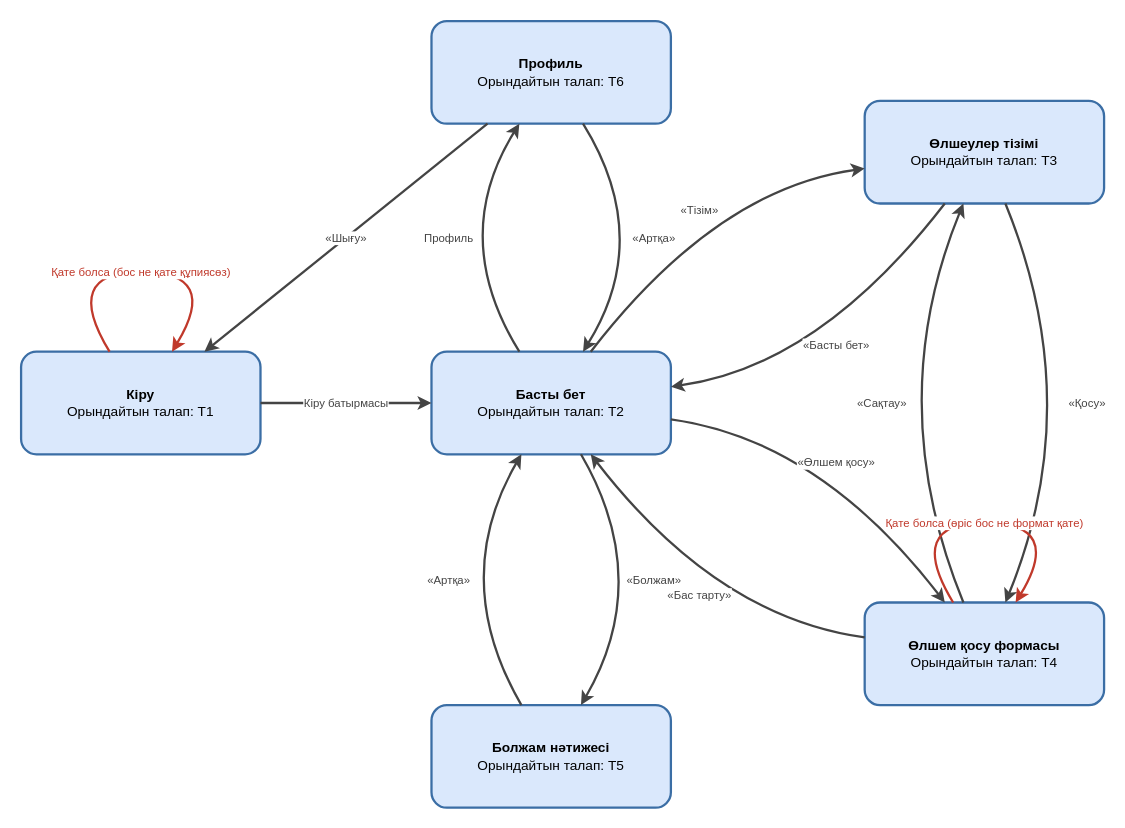
The draw.io diagram docs/ui/navigation.drawio in dastan-salybek/almaty-air-quality-forecast, before the edit. Source tidied: cells renumbered, new cells numbered last; positions are measured from the earlier drawing's top-left corner, leaving out a move shared by most shapes. Both pictures are drawn from the tidied source at 114%, with x=0, y=0 at pixel (21, 21).
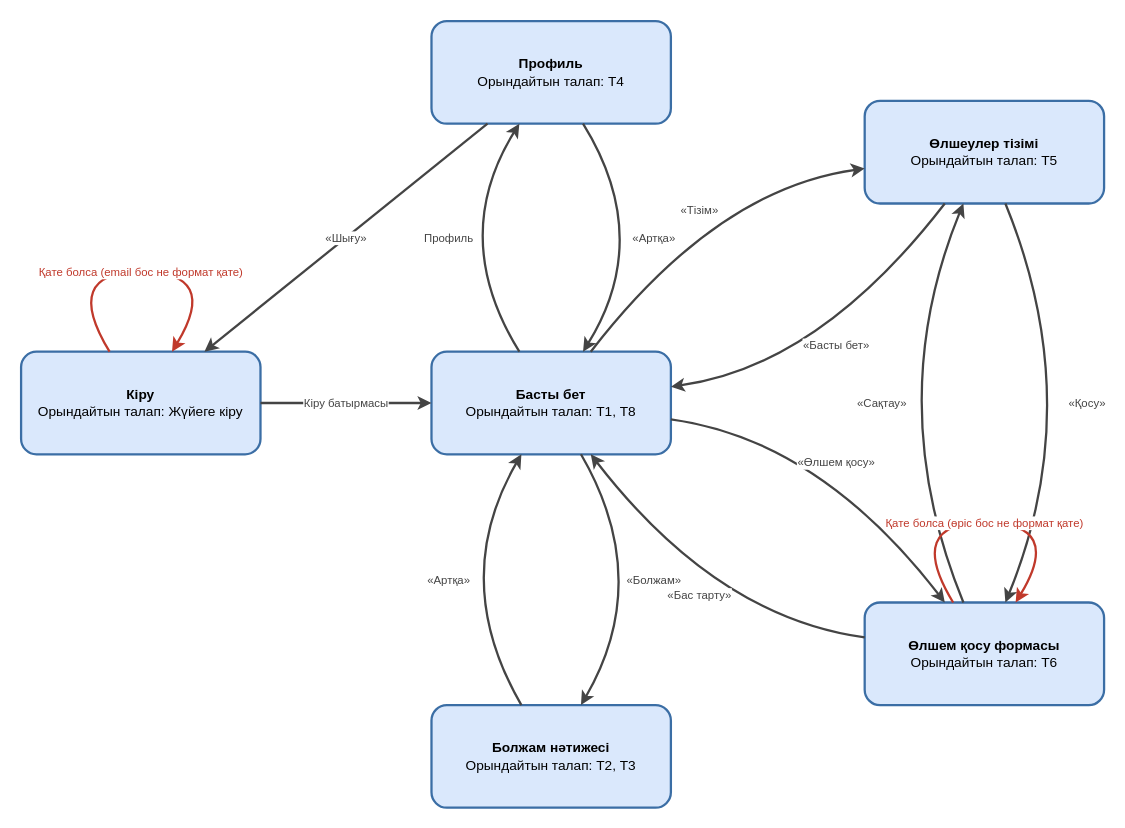
The same diagram, later.

Commit message (it also covers changes not shown here):
Add navigation diagram with requirement numbers

The edit, as a diff of the source:
```diff
@@
-    <mxCell id="2" value="&lt;b&gt;Кіру&lt;/b&gt;&lt;br&gt;Орындайтын талап: Т1" style="rounded=1;whiteSpace=wrap;html=1;fillColor=#dae8fc;strokeColor=#3b6ea5;strokeWidth=2;fontSize=12;" parent="1" vertex="1">
+    <mxCell id="2" value="&lt;b&gt;Кіру&lt;/b&gt;&lt;br&gt;Орындайтын талап: Жүйеге кіру" style="rounded=1;whiteSpace=wrap;html=1;fillColor=#dae8fc;strokeColor=#3b6ea5;strokeWidth=2;fontSize=12;" parent="1" vertex="1">
       <mxGeometry y="290" width="210" height="90" as="geometry" />
     </mxCell>
-    <mxCell id="3" value="&lt;b&gt;Басты бет&lt;/b&gt;&lt;br&gt;Орындайтын талап: Т2" style="rounded=1;whiteSpace=wrap;html=1;fillColor=#dae8fc;strokeColor=#3b6ea5;strokeWidth=2;fontSize=12;" parent="1" vertex="1">
+    <mxCell id="3" value="&lt;b&gt;Басты бет&lt;/b&gt;&lt;br&gt;Орындайтын талап: Т1, Т8" style="rounded=1;whiteSpace=wrap;html=1;fillColor=#dae8fc;strokeColor=#3b6ea5;strokeWidth=2;fontSize=12;" parent="1" vertex="1">
       <mxGeometry x="360" y="290" width="210" height="90" as="geometry" />
     </mxCell>
-    <mxCell id="4" value="&lt;b&gt;Өлшеулер тізімі&lt;/b&gt;&lt;br&gt;Орындайтын талап: Т3" style="rounded=1;whiteSpace=wrap;html=1;fillColor=#dae8fc;strokeColor=#3b6ea5;strokeWidth=2;fontSize=12;" parent="1" vertex="1">
+    <mxCell id="4" value="&lt;b&gt;Өлшеулер тізімі&lt;/b&gt;&lt;br&gt;Орындайтын талап: Т5" style="rounded=1;whiteSpace=wrap;html=1;fillColor=#dae8fc;strokeColor=#3b6ea5;strokeWidth=2;fontSize=12;" parent="1" vertex="1">
       <mxGeometry x="740" y="70" width="210" height="90" as="geometry" />
     </mxCell>
-    <mxCell id="5" value="&lt;b&gt;Өлшем қосу формасы&lt;/b&gt;&lt;br&gt;Орындайтын талап: Т4" style="rounded=1;whiteSpace=wrap;html=1;fillColor=#dae8fc;strokeColor=#3b6ea5;strokeWidth=2;fontSize=12;" parent="1" vertex="1">
+    <mxCell id="5" value="&lt;b&gt;Өлшем қосу формасы&lt;/b&gt;&lt;br&gt;Орындайтын талап: Т6" style="rounded=1;whiteSpace=wrap;html=1;fillColor=#dae8fc;strokeColor=#3b6ea5;strokeWidth=2;fontSize=12;" parent="1" vertex="1">
       <mxGeometry x="740" y="510" width="210" height="90" as="geometry" />
     </mxCell>
-    <mxCell id="6" value="&lt;b&gt;Болжам нәтижесі&lt;/b&gt;&lt;br&gt;Орындайтын талап: Т5" style="rounded=1;whiteSpace=wrap;html=1;fillColor=#dae8fc;strokeColor=#3b6ea5;strokeWidth=2;fontSize=12;" parent="1" vertex="1">
+    <mxCell id="6" value="&lt;b&gt;Болжам нәтижесі&lt;/b&gt;&lt;br&gt;Орындайтын талап: Т2, Т3" style="rounded=1;whiteSpace=wrap;html=1;fillColor=#dae8fc;strokeColor=#3b6ea5;strokeWidth=2;fontSize=12;" parent="1" vertex="1">
       <mxGeometry x="360" y="600" width="210" height="90" as="geometry" />
     </mxCell>
-    <mxCell id="7" value="&lt;b&gt;Профиль&lt;/b&gt;&lt;br&gt;Орындайтын талап: Т6" style="rounded=1;whiteSpace=wrap;html=1;fillColor=#dae8fc;strokeColor=#3b6ea5;strokeWidth=2;fontSize=12;" parent="1" vertex="1">
+    <mxCell id="7" value="&lt;b&gt;Профиль&lt;/b&gt;&lt;br&gt;Орындайтын талап: Т4" style="rounded=1;whiteSpace=wrap;html=1;fillColor=#dae8fc;strokeColor=#3b6ea5;strokeWidth=2;fontSize=12;" parent="1" vertex="1">
       <mxGeometry x="360" width="210" height="90" as="geometry" />
     </mxCell>
@@
-    <mxCell id="9" value="Қате болса (бос не қате құпиясөз)" style="edgeStyle=none;html=1;endArrow=classic;strokeColor=#c0392b;fontColor=#c0392b;fontSize=10;strokeWidth=2;curved=1;" parent="1" edge="1" source="2" target="2">
+    <mxCell id="9" value="Қате болса (email бос не формат қате)" style="edgeStyle=none;html=1;endArrow=classic;strokeColor=#c0392b;fontColor=#c0392b;fontSize=10;strokeWidth=2;curved=1;" parent="1" edge="1" source="2" target="2">
       <mxGeometry relative="1" as="geometry">
         <Array as="points">
           <mxPoint x="35" y="220" />
           <mxPoint x="175" y="220" />
         </Array>
       </mxGeometry>
     </mxCell>
```
